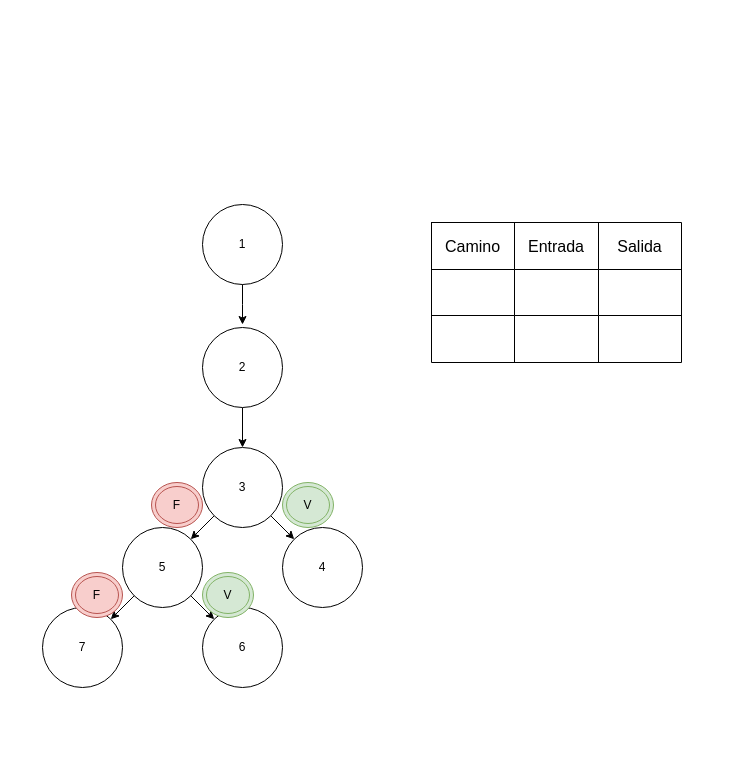
This is page "Caminos" (4 of 5) of Grafos_TP4_MII.drawio from JEOrellano/draw.io_TP4_G12_MII_TUSI, a draw.io file, before an edit. Source tidied: cells renumbered, new cells numbered last; positions are measured from the earlier drawing's top-left corner, leaving out a move shared by most shapes. Both pictures are drawn from the tidied source at 100%, with x=0, y=0 at pixel (42, 204).
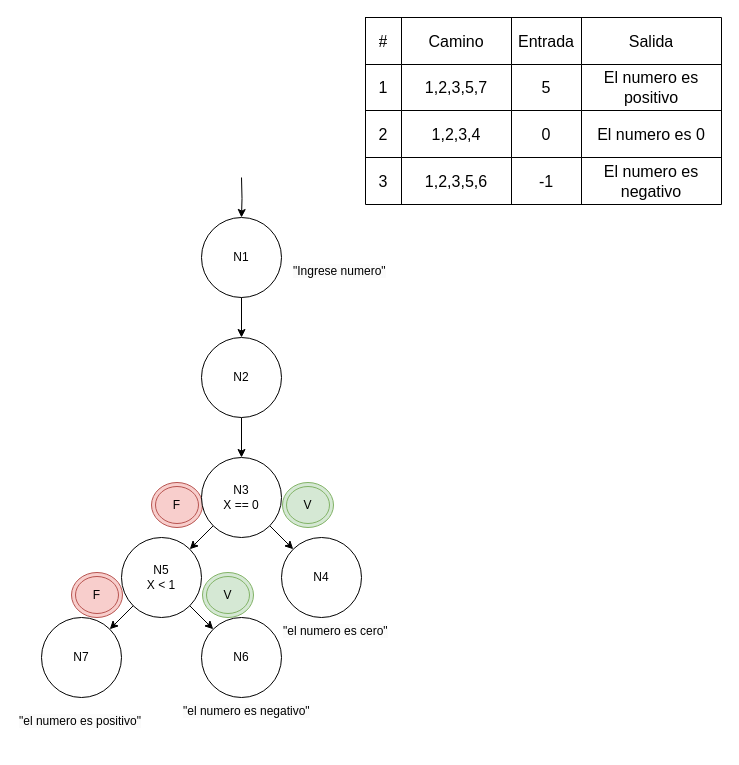
After the change.

Change to the diagram source:
```diff
@@
-    <mxCell id="2" style="rounded=0;jettySize=auto;html=1;entryX=0;entryY=0;entryDx=0;entryDy=0;exitX=1;exitY=1;exitDx=0;exitDy=0;" parent="1" edge="1" source="8" target="7">
-      <mxGeometry relative="1" as="geometry" />
-    </mxCell>
-    <mxCell id="3" style="edgeStyle=orthogonalEdgeStyle;rounded=0;jettySize=auto;html=1;exitX=0.5;exitY=1;exitDx=0;exitDy=0;entryX=0.5;entryY=0;entryDx=0;entryDy=0;" parent="1" edge="1" source="4" target="8">
-      <mxGeometry relative="1" as="geometry" />
-    </mxCell>
-    <mxCell id="4" value="2" style="ellipse;whiteSpace=wrap;html=1;" parent="1" vertex="1">
-      <mxGeometry x="160" y="123" width="80" height="80" as="geometry" />
-    </mxCell>
-    <mxCell id="5" style="rounded=0;jettySize=auto;html=1;entryX=1;entryY=0;entryDx=0;entryDy=0;exitX=0;exitY=1;exitDx=0;exitDy=0;" parent="1" edge="1" source="8" target="6">
-      <mxGeometry relative="1" as="geometry" />
-    </mxCell>
-    <mxCell id="6" value="5" style="ellipse;whiteSpace=wrap;html=1;" parent="1" vertex="1">
-      <mxGeometry x="80" y="323" width="80" height="80" as="geometry" />
-    </mxCell>
-    <mxCell id="7" value="4" style="ellipse;whiteSpace=wrap;html=1;" parent="1" vertex="1">
-      <mxGeometry x="240" y="323" width="80" height="80" as="geometry" />
-    </mxCell>
-    <mxCell id="8" value="3" style="ellipse;whiteSpace=wrap;html=1;" parent="1" vertex="1">
-      <mxGeometry x="160" y="243" width="80" height="80" as="geometry" />
-    </mxCell>
-    <mxCell id="9" style="rounded=0;jettySize=auto;html=1;entryX=1;entryY=0;entryDx=0;entryDy=0;exitX=0;exitY=1;exitDx=0;exitDy=0;" parent="1" edge="1" source="6" target="10">
-      <mxGeometry relative="1" as="geometry" />
-    </mxCell>
-    <mxCell id="10" value="7" style="ellipse;whiteSpace=wrap;html=1;" parent="1" vertex="1">
-      <mxGeometry y="403" width="80" height="80" as="geometry" />
-    </mxCell>
-    <mxCell id="11" style="rounded=0;jettySize=auto;html=1;entryX=0;entryY=0;entryDx=0;entryDy=0;exitX=1;exitY=1;exitDx=0;exitDy=0;" parent="1" edge="1" source="6" target="12">
-      <mxGeometry relative="1" as="geometry" />
-    </mxCell>
-    <mxCell id="12" value="6" style="ellipse;whiteSpace=wrap;html=1;" parent="1" vertex="1">
-      <mxGeometry x="160" y="403" width="80" height="80" as="geometry" />
-    </mxCell>
-    <mxCell id="13" value="1" style="ellipse;whiteSpace=wrap;html=1;" parent="1" vertex="1">
-      <mxGeometry x="160" width="80" height="80" as="geometry" />
-    </mxCell>
-    <mxCell id="14" style="edgeStyle=orthogonalEdgeStyle;rounded=0;jettySize=auto;html=1;exitX=0.5;exitY=1;exitDx=0;exitDy=0;entryX=0.5;entryY=0;entryDx=0;entryDy=0;" parent="1" edge="1" source="13">
-      <mxGeometry relative="1" as="geometry">
-        <mxPoint x="200" y="120" as="targetPoint" />
-      </mxGeometry>
-    </mxCell>
     <mxCell id="15" style="shape=table;startSize=0;childLayout=tableLayout;fontSize=16;" parent="1" vertex="1">
-      <mxGeometry x="389" y="18" width="250" height="140" as="geometry" />
+      <mxGeometry x="323" y="-187" width="356" height="187" as="geometry" />
     </mxCell>
     <mxCell id="16" style="shape=tableRow;horizontal=0;startSize=0;swimlaneHead=0;swimlaneBody=0;strokeColor=inherit;top=0;left=0;bottom=0;right=0;fillColor=none;fontSize=16;" parent="15" vertex="1">
-      <mxGeometry width="250" height="47" as="geometry" />
+      <mxGeometry width="356" height="47" as="geometry" />
     </mxCell>
+    <mxCell id="32" value="#" style="shape=partialRectangle;html=1;whiteSpace=wrap;strokeColor=inherit;overflow=hidden;fillColor=none;top=0;left=0;bottom=0;right=0;fontSize=16;" parent="16" vertex="1">
+      <mxGeometry width="36" height="47" as="geometry" />
+    </mxCell>
     <mxCell id="17" value="Camino" style="shape=partialRectangle;html=1;whiteSpace=wrap;strokeColor=inherit;overflow=hidden;fillColor=none;top=0;left=0;bottom=0;right=0;fontSize=16;" parent="16" vertex="1">
-      <mxGeometry width="83" height="47" as="geometry" />
+      <mxGeometry x="36" width="110" height="47" as="geometry" />
     </mxCell>
     <mxCell id="18" value="Entrada" style="shape=partialRectangle;html=1;whiteSpace=wrap;strokeColor=inherit;overflow=hidden;fillColor=none;top=0;left=0;bottom=0;right=0;fontSize=16;" parent="16" vertex="1">
-      <mxGeometry x="83" width="84" height="47" as="geometry" />
+      <mxGeometry x="146" width="70" height="47" as="geometry" />
     </mxCell>
     <mxCell id="19" value="Salida" style="shape=partialRectangle;html=1;whiteSpace=wrap;strokeColor=inherit;overflow=hidden;fillColor=none;top=0;left=0;bottom=0;right=0;fontSize=16;" parent="16" vertex="1">
-      <mxGeometry x="167" width="83" height="47" as="geometry" />
+      <mxGeometry x="216" width="140" height="47" as="geometry" />
     </mxCell>
     <mxCell id="20" style="shape=tableRow;horizontal=0;startSize=0;swimlaneHead=0;swimlaneBody=0;strokeColor=inherit;top=0;left=0;bottom=0;right=0;fillColor=none;fontSize=16;" parent="15" vertex="1">
-      <mxGeometry y="47" width="250" height="46" as="geometry" />
+      <mxGeometry y="47" width="356" height="46" as="geometry" />
     </mxCell>
+    <mxCell id="13" value="1" style="shape=partialRectangle;html=1;whiteSpace=wrap;strokeColor=inherit;overflow=hidden;fillColor=none;top=0;left=0;bottom=0;right=0;fontSize=16;" parent="20" vertex="1">
+      <mxGeometry width="36" height="46" as="geometry" />
+    </mxCell>
-    <mxCell id="21" style="shape=partialRectangle;html=1;whiteSpace=wrap;strokeColor=inherit;overflow=hidden;fillColor=none;top=0;left=0;bottom=0;right=0;fontSize=16;" parent="20" vertex="1">
-      <mxGeometry width="83" height="46" as="geometry" />
+    <mxCell id="21" value="1,2,3,5,7" style="shape=partialRectangle;html=1;whiteSpace=wrap;strokeColor=inherit;overflow=hidden;fillColor=none;top=0;left=0;bottom=0;right=0;fontSize=16;" parent="20" vertex="1">
+      <mxGeometry x="36" width="110" height="46" as="geometry" />
     </mxCell>
-    <mxCell id="22" style="shape=partialRectangle;html=1;whiteSpace=wrap;strokeColor=inherit;overflow=hidden;fillColor=none;top=0;left=0;bottom=0;right=0;fontSize=16;" parent="20" vertex="1">
-      <mxGeometry x="83" width="84" height="46" as="geometry" />
+    <mxCell id="22" value="5" style="shape=partialRectangle;html=1;whiteSpace=wrap;strokeColor=inherit;overflow=hidden;fillColor=none;top=0;left=0;bottom=0;right=0;fontSize=16;" parent="20" vertex="1">
+      <mxGeometry x="146" width="70" height="46" as="geometry" />
     </mxCell>
-    <mxCell id="23" style="shape=partialRectangle;html=1;whiteSpace=wrap;strokeColor=inherit;overflow=hidden;fillColor=none;top=0;left=0;bottom=0;right=0;fontSize=16;" parent="20" vertex="1">
-      <mxGeometry x="167" width="83" height="46" as="geometry" />
+    <mxCell id="23" value="El numero es positivo" style="shape=partialRectangle;html=1;whiteSpace=wrap;strokeColor=inherit;overflow=hidden;fillColor=none;top=0;left=0;bottom=0;right=0;fontSize=16;" parent="20" vertex="1">
+      <mxGeometry x="216" width="140" height="46" as="geometry" />
     </mxCell>
     <mxCell id="24" style="shape=tableRow;horizontal=0;startSize=0;swimlaneHead=0;swimlaneBody=0;strokeColor=inherit;top=0;left=0;bottom=0;right=0;fillColor=none;fontSize=16;" parent="15" vertex="1">
-      <mxGeometry y="93" width="250" height="47" as="geometry" />
+      <mxGeometry y="93" width="356" height="47" as="geometry" />
     </mxCell>
+    <mxCell id="4" value="2" style="shape=partialRectangle;html=1;whiteSpace=wrap;strokeColor=inherit;overflow=hidden;fillColor=none;top=0;left=0;bottom=0;right=0;fontSize=16;" parent="24" vertex="1">
+      <mxGeometry width="36" height="47" as="geometry" />
+    </mxCell>
-    <mxCell id="25" style="shape=partialRectangle;html=1;whiteSpace=wrap;strokeColor=inherit;overflow=hidden;fillColor=none;top=0;left=0;bottom=0;right=0;fontSize=16;" parent="24" vertex="1">
-      <mxGeometry width="83" height="47" as="geometry" />
+    <mxCell id="25" value="1,2,3,4" style="shape=partialRectangle;html=1;whiteSpace=wrap;strokeColor=inherit;overflow=hidden;fillColor=none;top=0;left=0;bottom=0;right=0;fontSize=16;" parent="24" vertex="1">
+      <mxGeometry x="36" width="110" height="47" as="geometry" />
     </mxCell>
-    <mxCell id="26" style="shape=partialRectangle;html=1;whiteSpace=wrap;strokeColor=inherit;overflow=hidden;fillColor=none;top=0;left=0;bottom=0;right=0;fontSize=16;" parent="24" vertex="1">
-      <mxGeometry x="83" width="84" height="47" as="geometry" />
+    <mxCell id="26" value="0" style="shape=partialRectangle;html=1;whiteSpace=wrap;strokeColor=inherit;overflow=hidden;fillColor=none;top=0;left=0;bottom=0;right=0;fontSize=16;" parent="24" vertex="1">
+      <mxGeometry x="146" width="70" height="47" as="geometry" />
     </mxCell>
-    <mxCell id="27" style="shape=partialRectangle;html=1;whiteSpace=wrap;strokeColor=inherit;overflow=hidden;fillColor=none;top=0;left=0;bottom=0;right=0;fontSize=16;" parent="24" vertex="1">
-      <mxGeometry x="167" width="83" height="47" as="geometry" />
+    <mxCell id="27" value="El numero es 0" style="shape=partialRectangle;html=1;whiteSpace=wrap;strokeColor=inherit;overflow=hidden;fillColor=none;top=0;left=0;bottom=0;right=0;fontSize=16;" parent="24" vertex="1">
+      <mxGeometry x="216" width="140" height="47" as="geometry" />
     </mxCell>
+    <mxCell id="33" style="shape=tableRow;horizontal=0;startSize=0;swimlaneHead=0;swimlaneBody=0;strokeColor=inherit;top=0;left=0;bottom=0;right=0;fillColor=none;fontSize=16;" parent="15" vertex="1">
+      <mxGeometry y="140" width="356" height="47" as="geometry" />
+    </mxCell>
+    <mxCell id="8" value="3" style="shape=partialRectangle;html=1;whiteSpace=wrap;strokeColor=inherit;overflow=hidden;fillColor=none;top=0;left=0;bottom=0;right=0;fontSize=16;" parent="33" vertex="1">
+      <mxGeometry width="36" height="47" as="geometry" />
+    </mxCell>
+    <mxCell id="34" value="1,2,3,5,6" style="shape=partialRectangle;html=1;whiteSpace=wrap;strokeColor=inherit;overflow=hidden;fillColor=none;top=0;left=0;bottom=0;right=0;fontSize=16;" parent="33" vertex="1">
+      <mxGeometry x="36" width="110" height="47" as="geometry" />
+    </mxCell>
+    <mxCell id="35" value="-1" style="shape=partialRectangle;html=1;whiteSpace=wrap;strokeColor=inherit;overflow=hidden;fillColor=none;top=0;left=0;bottom=0;right=0;fontSize=16;" parent="33" vertex="1">
+      <mxGeometry x="146" width="70" height="47" as="geometry" />
+    </mxCell>
+    <mxCell id="36" value="El numero es negativo" style="shape=partialRectangle;html=1;whiteSpace=wrap;strokeColor=inherit;overflow=hidden;fillColor=none;top=0;left=0;bottom=0;right=0;fontSize=16;" parent="33" vertex="1">
+      <mxGeometry x="216" width="140" height="47" as="geometry" />
+    </mxCell>
@@
+    <mxCell id="37" style="edgeStyle=orthogonalEdgeStyle;rounded=0;jettySize=auto;html=1;entryX=0.5;entryY=0;entryDx=0;entryDy=0;" parent="1" edge="1" target="38">
+      <mxGeometry relative="1" as="geometry">
+        <mxPoint x="199" y="-27" as="sourcePoint" />
+      </mxGeometry>
+    </mxCell>
+    <mxCell id="38" value="N1" style="ellipse;whiteSpace=wrap;html=1;" parent="1" vertex="1">
+      <mxGeometry x="159" y="13" width="80" height="80" as="geometry" />
+    </mxCell>
+    <mxCell id="39" style="rounded=0;jettySize=auto;html=1;entryX=0;entryY=0;entryDx=0;entryDy=0;exitX=1;exitY=1;exitDx=0;exitDy=0;" parent="1" edge="1" source="46" target="45">
+      <mxGeometry relative="1" as="geometry" />
+    </mxCell>
+    <mxCell id="40" style="edgeStyle=orthogonalEdgeStyle;rounded=0;jettySize=auto;html=1;exitX=0.5;exitY=1;exitDx=0;exitDy=0;entryX=0.5;entryY=0;entryDx=0;entryDy=0;" parent="1" edge="1" source="41" target="46">
+      <mxGeometry relative="1" as="geometry" />
+    </mxCell>
+    <mxCell id="41" value="N2" style="ellipse;whiteSpace=wrap;html=1;" parent="1" vertex="1">
+      <mxGeometry x="159" y="133" width="80" height="80" as="geometry" />
+    </mxCell>
+    <mxCell id="42" style="edgeStyle=orthogonalEdgeStyle;rounded=0;jettySize=auto;html=1;entryX=0.5;entryY=0;entryDx=0;entryDy=0;exitX=0.5;exitY=1;exitDx=0;exitDy=0;" parent="1" edge="1" source="38" target="41">
+      <mxGeometry relative="1" as="geometry" />
+    </mxCell>
+    <mxCell id="43" style="rounded=0;jettySize=auto;html=1;entryX=1;entryY=0;entryDx=0;entryDy=0;exitX=0;exitY=1;exitDx=0;exitDy=0;" parent="1" edge="1" source="46" target="44">
+      <mxGeometry relative="1" as="geometry" />
+    </mxCell>
+    <mxCell id="44" value="N5&lt;div&gt;X &amp;lt; 1&lt;br&gt;&lt;/div&gt;" style="ellipse;whiteSpace=wrap;html=1;" parent="1" vertex="1">
+      <mxGeometry x="79" y="333" width="80" height="80" as="geometry" />
+    </mxCell>
+    <mxCell id="45" value="N4" style="ellipse;whiteSpace=wrap;html=1;" parent="1" vertex="1">
+      <mxGeometry x="239" y="333" width="80" height="80" as="geometry" />
+    </mxCell>
+    <mxCell id="46" value="N3&lt;div&gt;X == 0&lt;br&gt;&lt;/div&gt;" style="ellipse;whiteSpace=wrap;html=1;" parent="1" vertex="1">
+      <mxGeometry x="159" y="253" width="80" height="80" as="geometry" />
+    </mxCell>
+    <mxCell id="47" style="rounded=0;jettySize=auto;html=1;entryX=1;entryY=0;entryDx=0;entryDy=0;exitX=0;exitY=1;exitDx=0;exitDy=0;" parent="1" edge="1" source="44" target="48">
+      <mxGeometry relative="1" as="geometry" />
+    </mxCell>
+    <mxCell id="48" value="N7" style="ellipse;whiteSpace=wrap;html=1;" parent="1" vertex="1">
+      <mxGeometry x="-1" y="413" width="80" height="80" as="geometry" />
+    </mxCell>
+    <mxCell id="49" style="rounded=0;jettySize=auto;html=1;entryX=0;entryY=0;entryDx=0;entryDy=0;exitX=1;exitY=1;exitDx=0;exitDy=0;" parent="1" edge="1" source="44" target="50">
+      <mxGeometry relative="1" as="geometry" />
+    </mxCell>
+    <mxCell id="50" value="N6" style="ellipse;whiteSpace=wrap;html=1;" parent="1" vertex="1">
+      <mxGeometry x="159" y="413" width="80" height="80" as="geometry" />
+    </mxCell>
+    <mxCell id="51" value="&lt;span style=&quot;color: rgb(0, 0, 0); font-family: Helvetica; font-size: 12px; font-style: normal; font-variant-ligatures: normal; font-variant-caps: normal; font-weight: 400; letter-spacing: normal; orphans: 2; text-align: center; text-indent: 0px; text-transform: none; widows: 2; word-spacing: 0px; -webkit-text-stroke-width: 0px; white-space: normal; background-color: rgb(251, 251, 251); text-decoration-thickness: initial; text-decoration-style: initial; text-decoration-color: initial; display: inline !important; float: none;&quot;&gt;&quot;Ingrese numero&quot;&lt;/span&gt;" style="text;whiteSpace=wrap;html=1;" parent="1" vertex="1">
+      <mxGeometry x="249" y="53" width="130" height="40" as="geometry" />
+    </mxCell>
+    <mxCell id="52" value="&lt;span style=&quot;color: rgb(0, 0, 0); font-family: Helvetica; font-size: 12px; font-style: normal; font-variant-ligatures: normal; font-variant-caps: normal; font-weight: 400; letter-spacing: normal; orphans: 2; text-align: center; text-indent: 0px; text-transform: none; widows: 2; word-spacing: 0px; -webkit-text-stroke-width: 0px; white-space: normal; background-color: rgb(251, 251, 251); text-decoration-thickness: initial; text-decoration-style: initial; text-decoration-color: initial; display: inline !important; float: none;&quot;&gt;&quot;el numero es cero&quot;&lt;/span&gt;" style="text;whiteSpace=wrap;html=1;" parent="1" vertex="1">
+      <mxGeometry x="239" y="413" width="140" height="40" as="geometry" />
+    </mxCell>
+    <mxCell id="53" value="&lt;span style=&quot;color: rgb(0, 0, 0); font-family: Helvetica; font-size: 12px; font-style: normal; font-variant-ligatures: normal; font-variant-caps: normal; font-weight: 400; letter-spacing: normal; orphans: 2; text-align: center; text-indent: 0px; text-transform: none; widows: 2; word-spacing: 0px; -webkit-text-stroke-width: 0px; white-space: normal; background-color: rgb(251, 251, 251); text-decoration-thickness: initial; text-decoration-style: initial; text-decoration-color: initial; display: inline !important; float: none;&quot;&gt;&quot;el numero es negativo&quot;&lt;/span&gt;" style="text;whiteSpace=wrap;html=1;" parent="1" vertex="1">
+      <mxGeometry x="139" y="493" width="160" height="40" as="geometry" />
+    </mxCell>
+    <mxCell id="54" value="&lt;span style=&quot;color: rgb(0, 0, 0); font-family: Helvetica; font-size: 12px; font-style: normal; font-variant-ligatures: normal; font-variant-caps: normal; font-weight: 400; letter-spacing: normal; orphans: 2; text-align: center; text-indent: 0px; text-transform: none; widows: 2; word-spacing: 0px; -webkit-text-stroke-width: 0px; white-space: normal; background-color: rgb(251, 251, 251); text-decoration-thickness: initial; text-decoration-style: initial; text-decoration-color: initial; display: inline !important; float: none;&quot;&gt;&quot;el numero es positivo&quot;&lt;/span&gt;" style="text;whiteSpace=wrap;html=1;" parent="1" vertex="1">
+      <mxGeometry x="-25.5" y="503" width="160" height="40" as="geometry" />
+    </mxCell>
```
